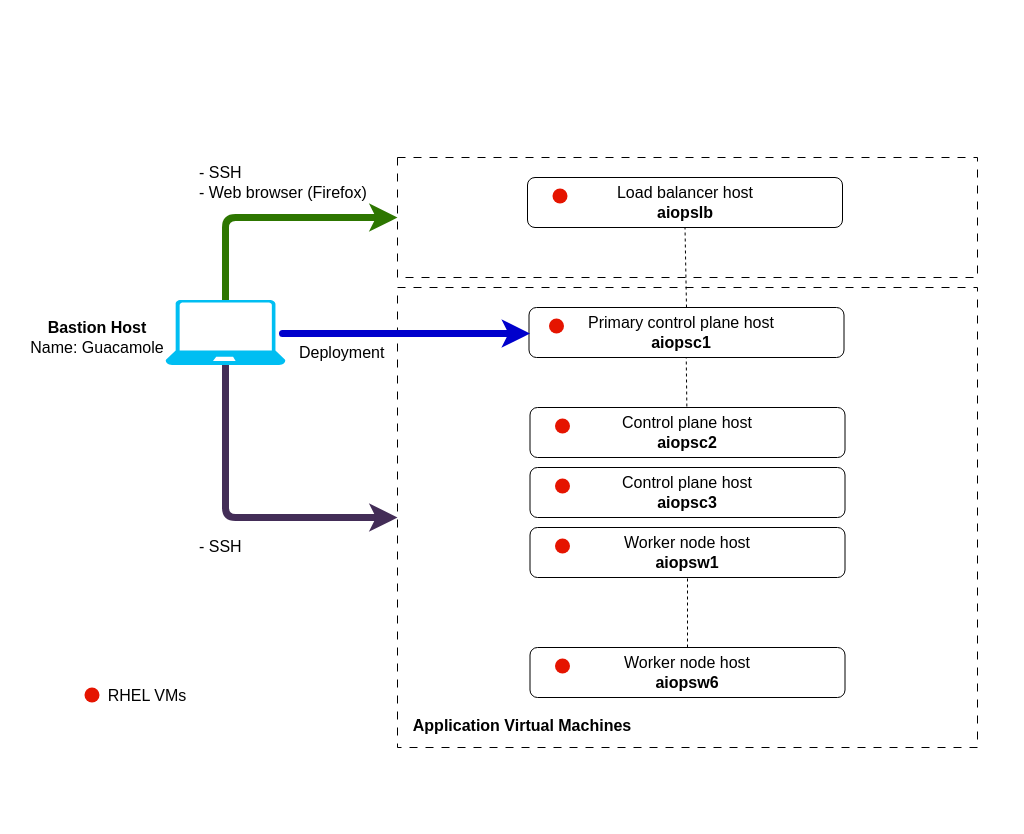
The draw.io diagram labs/cloud-pak-aiops/install-lab-linux/2-lab-environment/images/architecture.drawio in IBM/waiops-tech-jam, before the edit. Source tidied: cells renumbered, new cells numbered last; positions are measured from the earlier drawing's top-left corner, leaving out a move shared by most shapes. Both pictures are drawn from the tidied source at 100%, with x=0, y=0 at pixel (17, 17).
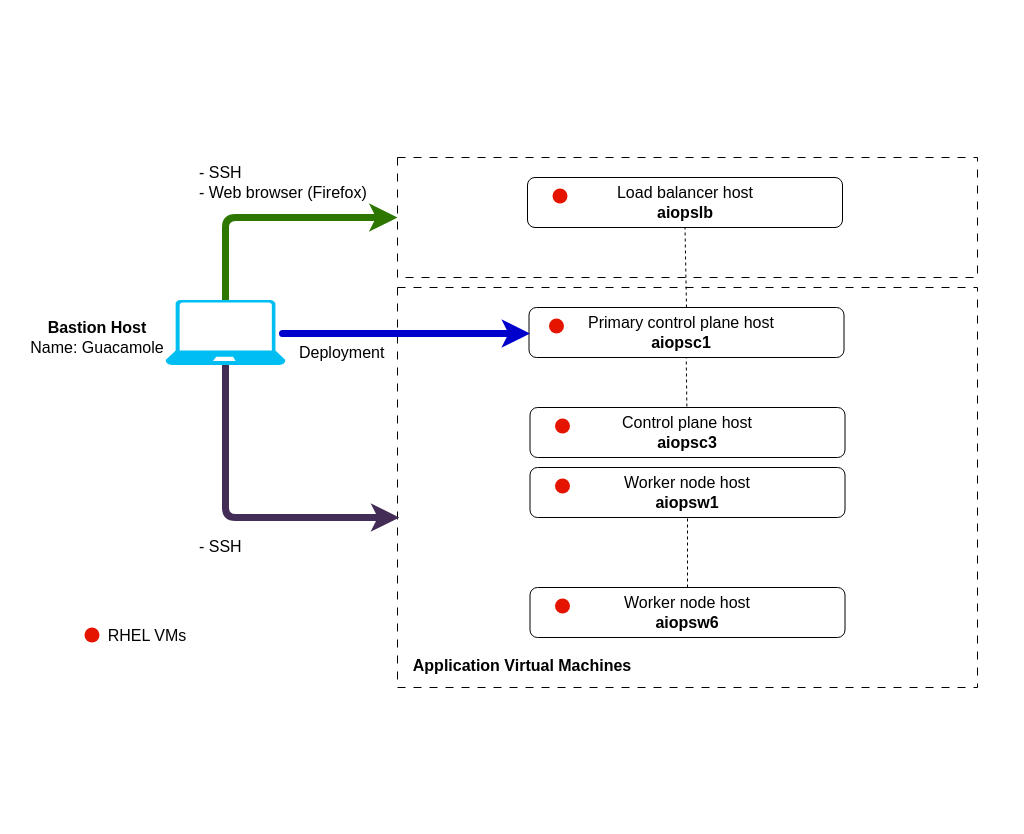
After the change.

The change refers to these unchanged cells:
```xml
<mxCell id="41" style="verticalLabelPosition=bottom;html=1;verticalAlign=top;align=center;strokeColor=none;fillColor=#00BEF2;shape=mxgraph.azure.laptop;" parent="1" vertex="1">
  <mxGeometry x="148" y="282.5" width="120" height="65" as="geometry" />
</mxCell>
```

The edit, as a diff of the source:
```diff
@@
     <mxCell id="5" style="rounded=0;whiteSpace=wrap;html=1;dashed=1;dashPattern=8 8;fillColor=none;" parent="1" vertex="1">
-      <mxGeometry x="380" y="270" width="580" height="460" as="geometry" />
+      <mxGeometry x="380" y="270" width="580" height="400" as="geometry" />
     </mxCell>
@@
     <mxCell id="12" style="rounded=1;whiteSpace=wrap;html=1;fontSize=16;" parent="1" vertex="1">
-      <mxGeometry x="512.5" y="510" width="315" height="50" as="geometry" />
+      <mxGeometry x="512.5" y="450" width="315" height="50" as="geometry" />
     </mxCell>
     <mxCell id="13" value="&lt;b&gt;aiopsw1&lt;br&gt;&lt;/b&gt;" style="text;html=1;strokeColor=none;fillColor=none;align=center;verticalAlign=middle;whiteSpace=wrap;rounded=0;fontSize=16;" parent="1" vertex="1">
-      <mxGeometry x="520" y="530" width="300" height="30" as="geometry" />
+      <mxGeometry x="520" y="470" width="300" height="30" as="geometry" />
     </mxCell>
@@
-    <mxCell id="15" style="edgeStyle=none;html=1;entryX=0;entryY=0.5;entryDx=0;entryDy=0;strokeWidth=7;fillColor=#76608a;strokeColor=#432D57;" parent="1" edge="1" source="41" target="5">
+    <mxCell id="15" style="edgeStyle=none;html=1;entryX=0.003;entryY=0.575;entryDx=0;entryDy=0;strokeWidth=7;fillColor=#76608a;strokeColor=#432D57;entryPerimeter=0;" parent="1" edge="1" source="41" target="5">
       <mxGeometry relative="1" as="geometry">
         <Array as="points">
           <mxPoint x="208" y="500" />
         </Array>
       </mxGeometry>
     </mxCell>
     <mxCell id="16" value="&lt;b&gt;Application Virtual Machines&lt;/b&gt;" style="text;html=1;strokeColor=none;fillColor=none;align=center;verticalAlign=middle;whiteSpace=wrap;rounded=0;fontSize=16;" parent="1" vertex="1">
-      <mxGeometry x="370" y="692.5" width="270" height="30" as="geometry" />
+      <mxGeometry x="370" y="632.5" width="270" height="30" as="geometry" />
     </mxCell>
@@
     <mxCell id="20" style="ellipse;whiteSpace=wrap;html=1;fillColor=#e51400;fontColor=#ffffff;strokeColor=none;" parent="1" vertex="1">
-      <mxGeometry x="67" y="670" width="15" height="15" as="geometry" />
+      <mxGeometry x="67" y="610" width="15" height="15" as="geometry" />
     </mxCell>
     <mxCell id="21" value="RHEL VMs" style="text;html=1;strokeColor=none;fillColor=none;align=center;verticalAlign=middle;whiteSpace=wrap;rounded=0;fontSize=16;" parent="1" vertex="1">
-      <mxGeometry x="30" y="662.5" width="200" height="30" as="geometry" />
+      <mxGeometry x="30" y="602.5" width="200" height="30" as="geometry" />
     </mxCell>
@@
-    <mxCell id="23" value="&lt;b&gt;aiopsc2&lt;br&gt;&lt;/b&gt;" style="text;html=1;strokeColor=none;fillColor=none;align=center;verticalAlign=middle;whiteSpace=wrap;rounded=0;fontSize=16;" parent="1" vertex="1">
+    <mxCell id="23" value="&lt;b&gt;aiopsc3&lt;br&gt;&lt;/b&gt;" style="text;html=1;strokeColor=none;fillColor=none;align=center;verticalAlign=middle;whiteSpace=wrap;rounded=0;fontSize=16;" parent="1" vertex="1">
       <mxGeometry x="520" y="410" width="300" height="30" as="geometry" />
     </mxCell>
@@
-    <mxCell id="26" style="rounded=1;whiteSpace=wrap;html=1;fontSize=16;" parent="1" vertex="1">
-      <mxGeometry x="512.5" y="450" width="315" height="50" as="geometry" />
-    </mxCell>
-    <mxCell id="27" value="&lt;b&gt;aiopsc3&lt;br&gt;&lt;/b&gt;" style="text;html=1;strokeColor=none;fillColor=none;align=center;verticalAlign=middle;whiteSpace=wrap;rounded=0;fontSize=16;" parent="1" vertex="1">
-      <mxGeometry x="520" y="470" width="300" height="30" as="geometry" />
-    </mxCell>
-    <mxCell id="28" style="ellipse;whiteSpace=wrap;html=1;fillColor=#e51400;fontColor=#ffffff;strokeColor=none;" parent="1" vertex="1">
-      <mxGeometry x="537.5" y="461" width="15" height="15" as="geometry" />
-    </mxCell>
-    <mxCell id="29" value="Control plane host" style="text;html=1;strokeColor=none;fillColor=none;align=center;verticalAlign=middle;whiteSpace=wrap;rounded=0;fontSize=16;" parent="1" vertex="1">
-      <mxGeometry x="555" y="450" width="230" height="30" as="geometry" />
-    </mxCell>
     <mxCell id="30" style="ellipse;whiteSpace=wrap;html=1;fillColor=#e51400;fontColor=#ffffff;strokeColor=none;" parent="1" vertex="1">
-      <mxGeometry x="537.5" y="521" width="15" height="15" as="geometry" />
+      <mxGeometry x="537.5" y="461" width="15" height="15" as="geometry" />
     </mxCell>
     <mxCell id="31" value="Worker node host" style="text;html=1;strokeColor=none;fillColor=none;align=center;verticalAlign=middle;whiteSpace=wrap;rounded=0;fontSize=16;" parent="1" vertex="1">
-      <mxGeometry x="555" y="510" width="230" height="30" as="geometry" />
+      <mxGeometry x="555" y="450" width="230" height="30" as="geometry" />
     </mxCell>
     <mxCell id="32" style="rounded=1;whiteSpace=wrap;html=1;fontSize=16;" parent="1" vertex="1">
-      <mxGeometry x="512.5" y="630" width="315" height="50" as="geometry" />
+      <mxGeometry x="512.5" y="570" width="315" height="50" as="geometry" />
     </mxCell>
     <mxCell id="33" value="&lt;b&gt;aiopsw6&lt;br&gt;&lt;/b&gt;" style="text;html=1;strokeColor=none;fillColor=none;align=center;verticalAlign=middle;whiteSpace=wrap;rounded=0;fontSize=16;" parent="1" vertex="1">
-      <mxGeometry x="520" y="650" width="300" height="30" as="geometry" />
+      <mxGeometry x="520" y="590" width="300" height="30" as="geometry" />
     </mxCell>
     <mxCell id="34" style="ellipse;whiteSpace=wrap;html=1;fillColor=#e51400;fontColor=#ffffff;strokeColor=none;" parent="1" vertex="1">
-      <mxGeometry x="537.5" y="641" width="15" height="15" as="geometry" />
+      <mxGeometry x="537.5" y="581" width="15" height="15" as="geometry" />
     </mxCell>
     <mxCell id="35" value="Worker node host" style="text;html=1;strokeColor=none;fillColor=none;align=center;verticalAlign=middle;whiteSpace=wrap;rounded=0;fontSize=16;" parent="1" vertex="1">
-      <mxGeometry x="555" y="630" width="230" height="30" as="geometry" />
+      <mxGeometry x="555" y="570" width="230" height="30" as="geometry" />
     </mxCell>
```
